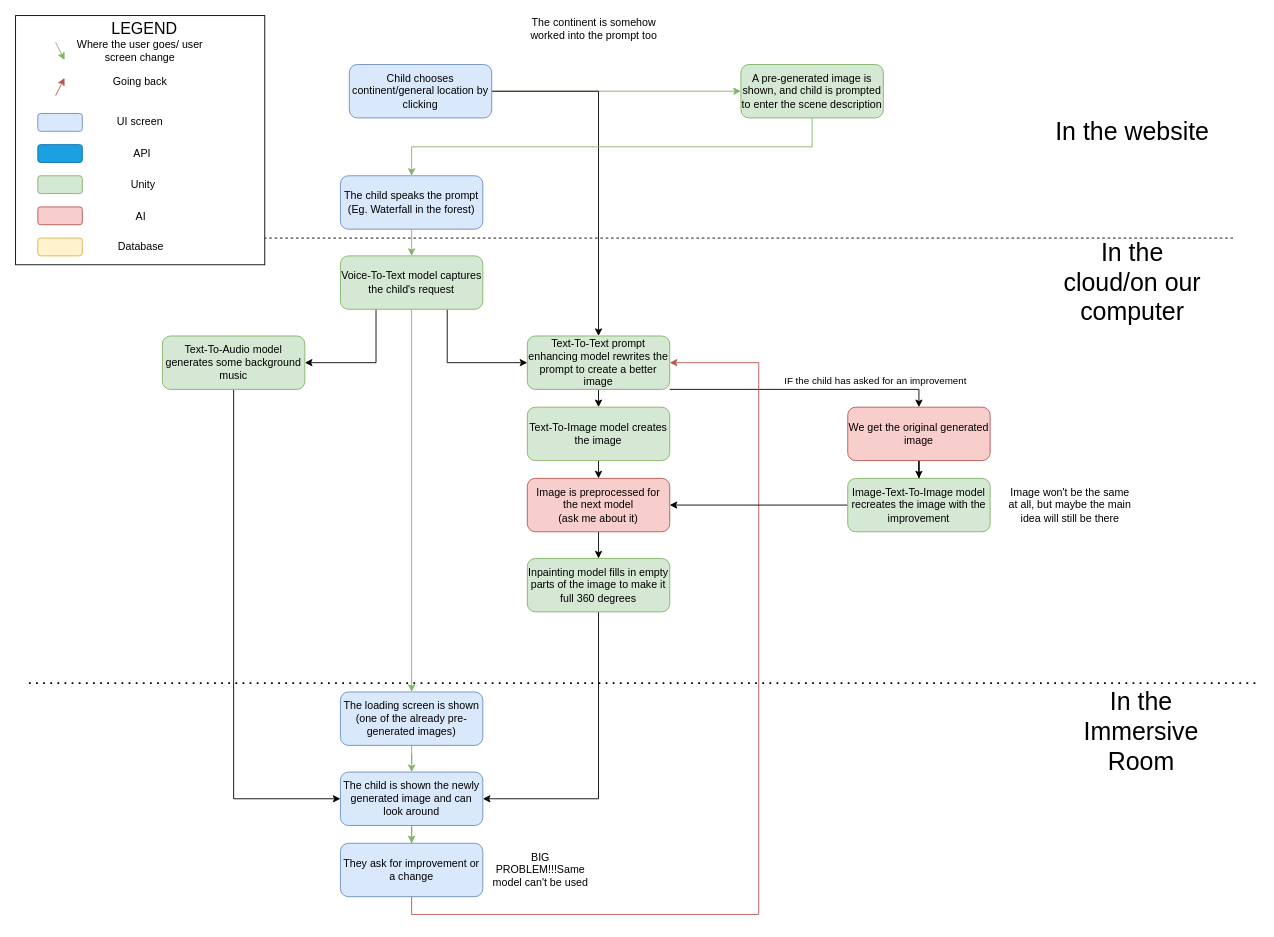
Before: ATVARS_Team_Project.drawio in IsabelleDesle/VirtualGlobeTrotter, a draw.io diagram. Source tidied: cells renumbered, new cells numbered last; positions are measured from the earlier drawing's top-left corner, leaving out a move shared by most shapes. Both pictures are drawn from the tidied source at 89%, with x=0, y=0 at pixel (15, 15).
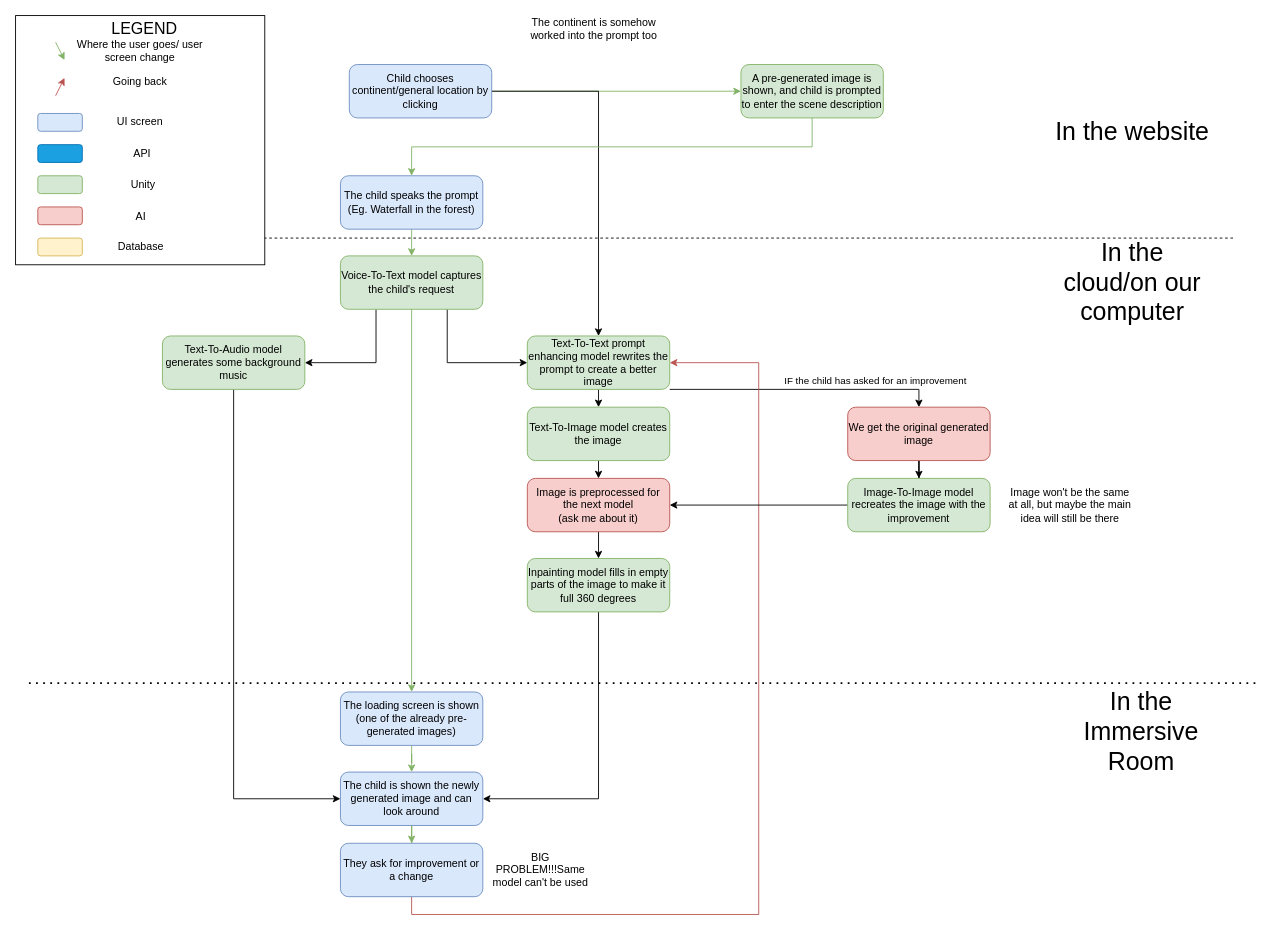
After the change.

What changed in the source:
```diff
@@
-    <mxCell id="40" value="&lt;div&gt;Image-Text-To-Image model recreates the image with the improvement&lt;/div&gt;" style="rounded=1;whiteSpace=wrap;html=1;fillColor=#d5e8d4;strokeColor=#82b366;" parent="1" vertex="1">
+    <mxCell id="40" value="&lt;div&gt;Image-To-Image model recreates the image with the improvement&lt;/div&gt;" style="rounded=1;whiteSpace=wrap;html=1;fillColor=#d5e8d4;strokeColor=#82b366;" parent="1" vertex="1">
       <mxGeometry x="935" y="520" width="160" height="60" as="geometry" />
     </mxCell>
```
